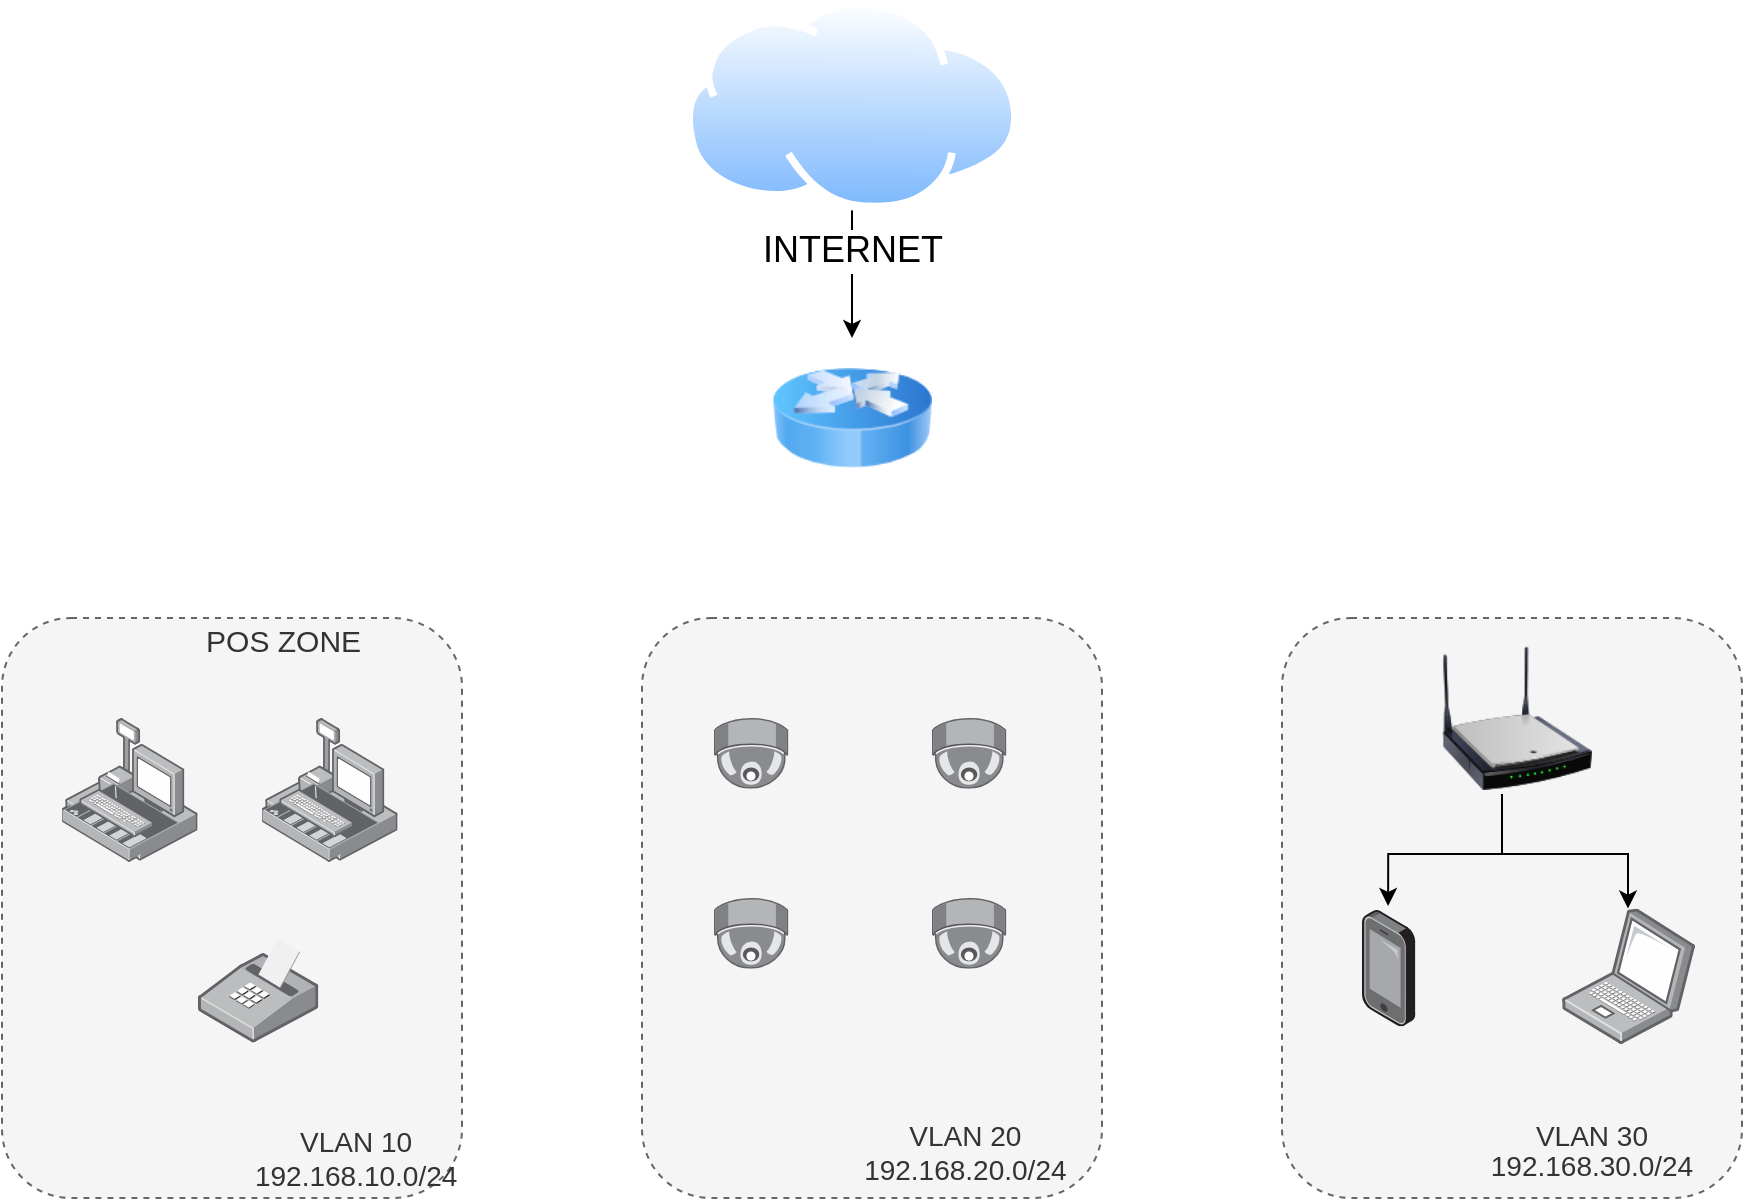
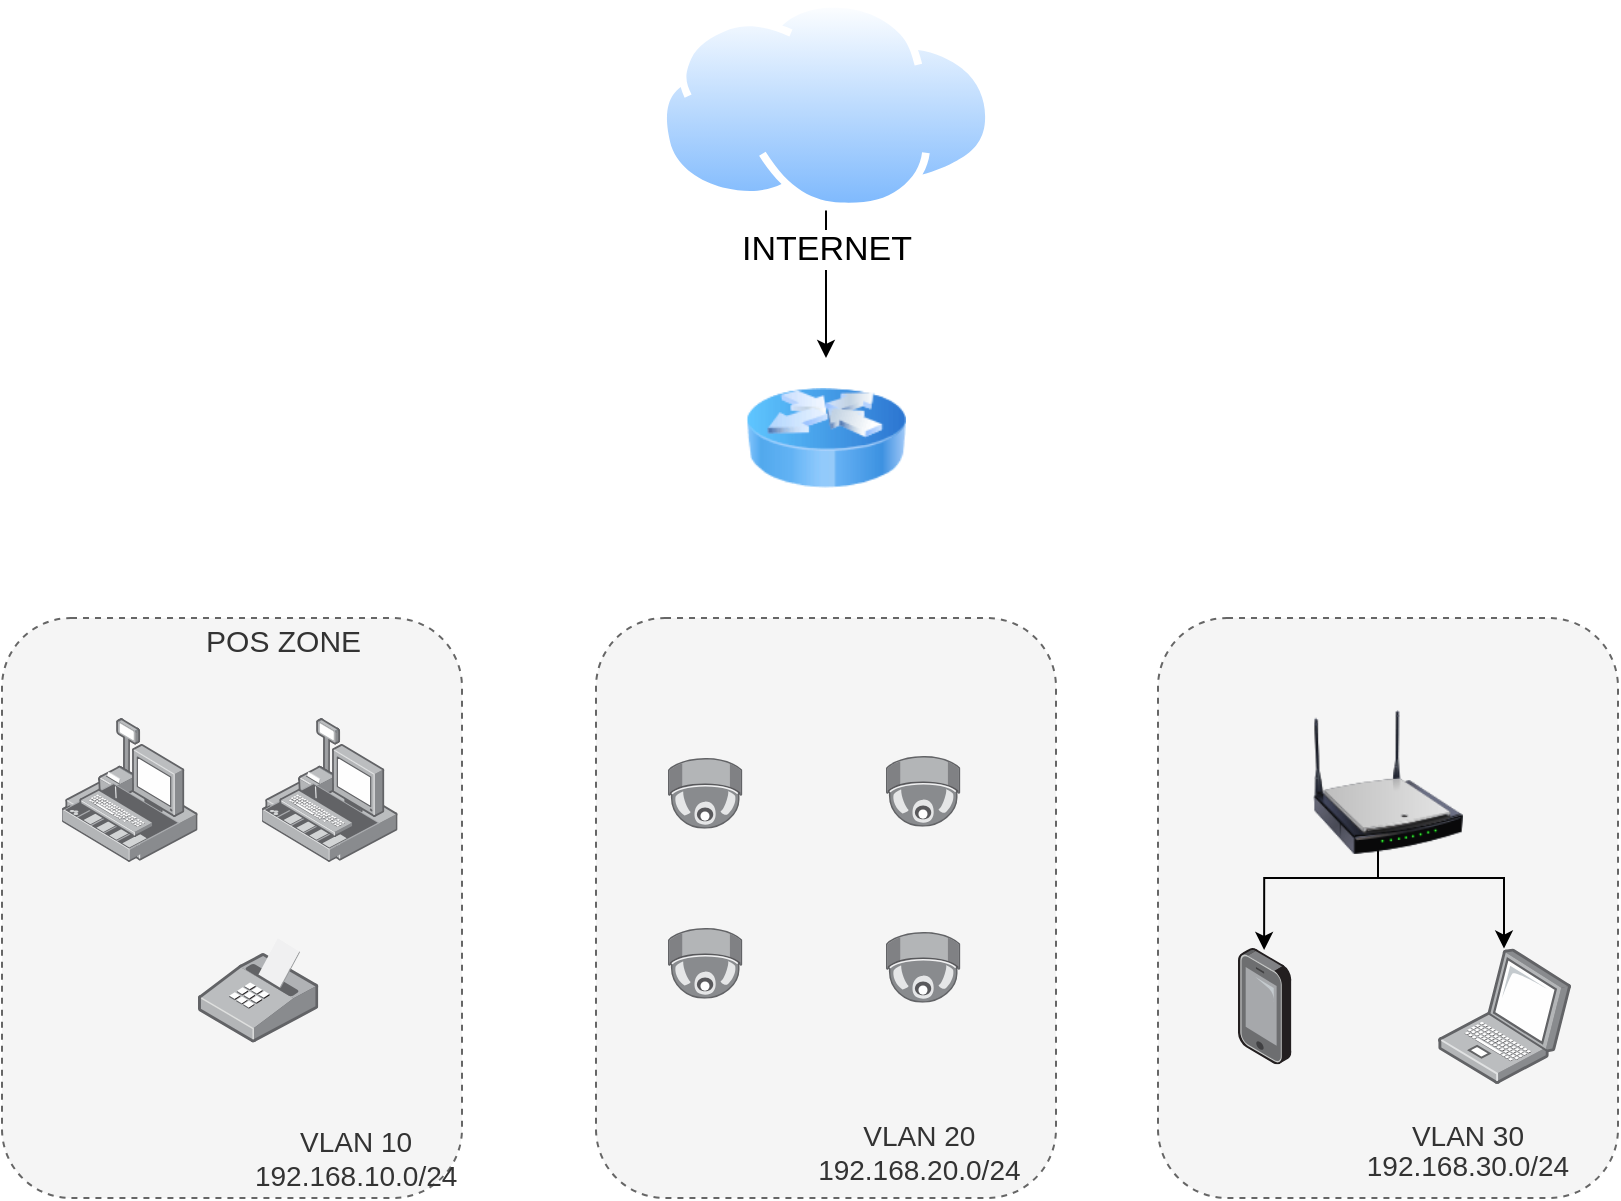
<mxfile host="app.diagrams.net">
  <diagram name="Trang-1" id="-QvKHvVX4tWdF-sznae-">
    <mxGraphModel dx="1012" dy="601" grid="1" gridSize="10" guides="1" tooltips="1" connect="1" arrows="1" fold="1" page="1" pageScale="1" pageWidth="827" pageHeight="1169" math="0" shadow="0">
      <root>
        <mxCell id="0" />
        <mxCell id="1" parent="0" />
        <mxCell id="tlgCcKQl9_W-pkazaHYF-1" parent="1" style="rounded=1;whiteSpace=wrap;html=1;dashed=1;fillColor=#f5f5f5;strokeColor=#666666;fontColor=#333333;align=left;" value="&lt;div&gt;&lt;font style=&quot;font-size: 15px;&quot;&gt;&lt;span style=&quot;white-space: pre;&quot;&gt;&#x9;&lt;/span&gt;&lt;span style=&quot;white-space: pre;&quot;&gt;&#x9;&lt;/span&gt;&lt;span style=&quot;white-space: pre;&quot;&gt;&#x9;&lt;/span&gt;POS ZONE&lt;br&gt;&lt;/font&gt;&lt;/div&gt;&lt;div&gt;&lt;font style=&quot;font-size: 14px;&quot;&gt;&lt;br&gt;&lt;/font&gt;&lt;/div&gt;&lt;div&gt;&lt;font style=&quot;font-size: 14px;&quot;&gt;&lt;br&gt;&lt;/font&gt;&lt;/div&gt;&lt;div style=&quot;text-align: center;&quot;&gt;&lt;font style=&quot;font-size: 14px;&quot;&gt;&lt;br&gt;&lt;/font&gt;&lt;/div&gt;&lt;div style=&quot;text-align: center;&quot;&gt;&lt;font style=&quot;font-size: 14px;&quot;&gt;&lt;br&gt;&lt;/font&gt;&lt;/div&gt;&lt;div style=&quot;text-align: center;&quot;&gt;&lt;font style=&quot;font-size: 14px;&quot;&gt;&lt;br&gt;&lt;/font&gt;&lt;/div&gt;&lt;div style=&quot;text-align: center;&quot;&gt;&lt;font style=&quot;font-size: 14px;&quot;&gt;&lt;br&gt;&lt;/font&gt;&lt;/div&gt;&lt;div style=&quot;text-align: center;&quot;&gt;&lt;font style=&quot;font-size: 14px;&quot;&gt;&lt;br&gt;&lt;/font&gt;&lt;/div&gt;&lt;div style=&quot;text-align: center;&quot;&gt;&lt;br&gt;&lt;/div&gt;&lt;div style=&quot;text-align: center;&quot;&gt;&lt;font style=&quot;font-size: 14px;&quot;&gt;&lt;br&gt;&lt;/font&gt;&lt;/div&gt;&lt;div style=&quot;text-align: center;&quot;&gt;&lt;font style=&quot;font-size: 14px;&quot;&gt;&lt;br&gt;&lt;/font&gt;&lt;/div&gt;&lt;div&gt;&lt;div style=&quot;text-align: center;&quot;&gt;&lt;span style=&quot;font-size: 14px; background-color: transparent; color: light-dark(rgb(51, 51, 51), rgb(193, 193, 193));&quot;&gt;&amp;nbsp; &amp;nbsp; &amp;nbsp; &amp;nbsp; &amp;nbsp; &amp;nbsp; &amp;nbsp; &amp;nbsp; &amp;nbsp; &amp;nbsp; &amp;nbsp; &amp;nbsp; &amp;nbsp; &amp;nbsp; &amp;nbsp; &amp;nbsp;&amp;nbsp;&lt;/span&gt;&lt;/div&gt;&lt;div style=&quot;text-align: center;&quot;&gt;&lt;span style=&quot;font-size: 14px; background-color: transparent; color: light-dark(rgb(51, 51, 51), rgb(193, 193, 193));&quot;&gt;&lt;br&gt;&lt;/span&gt;&lt;/div&gt;&lt;div style=&quot;text-align: center;&quot;&gt;&lt;span style=&quot;font-size: 14px; background-color: transparent; color: light-dark(rgb(51, 51, 51), rgb(193, 193, 193));&quot;&gt;&lt;br&gt;&lt;/span&gt;&lt;/div&gt;&lt;div style=&quot;text-align: center;&quot;&gt;&lt;span style=&quot;font-size: 14px; background-color: transparent; color: light-dark(rgb(51, 51, 51), rgb(193, 193, 193));&quot;&gt;&lt;br&gt;&lt;/span&gt;&lt;/div&gt;&lt;div style=&quot;text-align: center;&quot;&gt;&lt;span style=&quot;font-size: 14px; background-color: transparent; color: light-dark(rgb(51, 51, 51), rgb(193, 193, 193));&quot;&gt;&lt;span style=&quot;white-space: pre;&quot;&gt;&#x9;&lt;/span&gt;&lt;span style=&quot;white-space: pre;&quot;&gt;&#x9;&lt;/span&gt;&lt;span style=&quot;white-space: pre;&quot;&gt;&#x9;&lt;/span&gt;&lt;span style=&quot;white-space: pre;&quot;&gt;&#x9;&lt;/span&gt;VLAN 10&lt;/span&gt;&lt;/div&gt;&lt;div style=&quot;text-align: center;&quot;&gt;&lt;font style=&quot;font-size: 14px;&quot;&gt;&lt;span style=&quot;white-space: pre;&quot;&gt;&#x9;&lt;/span&gt;&lt;span style=&quot;white-space: pre;&quot;&gt;&#x9;&lt;/span&gt;&lt;span style=&quot;white-space: pre;&quot;&gt;&#x9;&lt;/span&gt;&lt;span style=&quot;white-space: pre;&quot;&gt;&#x9;&lt;/span&gt;192.168.10.0/24&lt;/font&gt;&lt;/div&gt;&lt;/div&gt;" vertex="1">
-           <mxGeometry height="290" width="230" x="20" y="310" as="geometry" />
+           <mxGeometry height="290" width="230" x="10" y="310" as="geometry" />
        </mxCell>
-         <mxCell id="tlgCcKQl9_W-pkazaHYF-5" edge="1" parent="1" source="6glJgjmVUURO1JKE-K0C-2" style="edgeStyle=orthogonalEdgeStyle;rounded=0;orthogonalLoop=1;jettySize=auto;html=1;" target="tlgCcKQl9_W-pkazaHYF-2" value="">
-           <mxGeometry relative="1" as="geometry" />
+         <mxCell id="tlgCcKQl9_W-pkazaHYF-5" edge="1" parent="1" source="6glJgjmVUURO1JKE-K0C-2" style="edgeStyle=orthogonalEdgeStyle;rounded=0;orthogonalLoop=1;jettySize=auto;html=1;" value="">
+           <mxGeometry relative="1" as="geometry">
+             <mxPoint x="422.0050000000001" y="180" as="targetPoint" />
+           </mxGeometry>
        </mxCell>
-         <mxCell id="6glJgjmVUURO1JKE-K0C-2" parent="1" style="image;aspect=fixed;perimeter=ellipsePerimeter;html=1;align=center;shadow=0;dashed=0;spacingTop=3;image=img/lib/active_directory/internet_cloud.svg;" value="&lt;font style=&quot;font-size: 18px;&quot;&gt;INTERNET&lt;/font&gt;" vertex="1">
-           <mxGeometry height="105.2" width="166.99" x="361.51" y="1" as="geometry" />
+         <mxCell id="6glJgjmVUURO1JKE-K0C-2" parent="1" style="image;aspect=fixed;perimeter=ellipsePerimeter;html=1;align=center;shadow=0;dashed=0;spacingTop=3;image=img/lib/active_directory/internet_cloud.svg;" value="&lt;font style=&quot;font-size: 17px;&quot;&gt;INTERNET&lt;/font&gt;" vertex="1">
+           <mxGeometry height="105.2" width="166.99" x="338.51" y="1" as="geometry" />
        </mxCell>
        <mxCell id="tlgCcKQl9_W-pkazaHYF-2" parent="1" style="image;html=1;image=img/lib/clip_art/networking/Router_Icon_128x128.png;labelBackgroundColor=#f8cecc;labelBorderColor=#b85450;" value="" vertex="1">
-           <mxGeometry height="80" width="80" x="405" y="170" as="geometry" />
+           <mxGeometry height="80" width="80" x="382" y="180" as="geometry" />
        </mxCell>
        <mxCell id="tlgCcKQl9_W-pkazaHYF-6" parent="1" style="rounded=1;whiteSpace=wrap;html=1;dashed=1;fillColor=#f5f5f5;strokeColor=#666666;fontColor=#333333;" value="&lt;div&gt;&lt;br&gt;&lt;/div&gt;&lt;div&gt;&lt;br&gt;&lt;/div&gt;&lt;div&gt;&lt;br&gt;&lt;/div&gt;&lt;div&gt;&lt;br&gt;&lt;/div&gt;&lt;div&gt;&lt;br&gt;&lt;/div&gt;&lt;div&gt;&lt;br&gt;&lt;/div&gt;&lt;div&gt;&lt;br&gt;&lt;/div&gt;&lt;div&gt;&lt;br&gt;&lt;/div&gt;&lt;div&gt;&lt;br&gt;&lt;/div&gt;&lt;div&gt;&lt;br&gt;&lt;/div&gt;&lt;div&gt;&lt;br&gt;&lt;/div&gt;&lt;div&gt;&lt;br&gt;&lt;/div&gt;&lt;div&gt;&lt;br&gt;&lt;/div&gt;&lt;div&gt;&lt;br&gt;&lt;/div&gt;&lt;div&gt;&lt;br&gt;&lt;/div&gt;&lt;div&gt;&lt;br&gt;&lt;/div&gt;&lt;div&gt;&lt;br&gt;&lt;/div&gt;&lt;div&gt;&lt;span style=&quot;font-size: 14px; background-color: transparent; color: light-dark(rgb(51, 51, 51), rgb(193, 193, 193));&quot;&gt;&lt;span style=&quot;white-space: pre;&quot;&gt;&#x9;&lt;/span&gt;&lt;span style=&quot;white-space: pre;&quot;&gt;&#x9;&lt;/span&gt;&lt;span style=&quot;white-space: pre;&quot;&gt;&#x9;&lt;/span&gt;VLAN 20&lt;/span&gt;&lt;/div&gt;&lt;div&gt;&lt;/div&gt;&lt;div&gt;&lt;font style=&quot;font-size: 14px;&quot;&gt;&lt;span style=&quot;white-space: pre;&quot;&gt;&#x9;&lt;/span&gt;&lt;span style=&quot;white-space: pre;&quot;&gt;&#x9;&lt;/span&gt;&lt;span style=&quot;white-space: pre;&quot;&gt;&#x9;&lt;/span&gt;192.168.20.0/24&lt;/font&gt;&lt;/div&gt;" vertex="1">
-           <mxGeometry height="290" width="230" x="340" y="310" as="geometry" />
+           <mxGeometry height="290" width="230" x="307" y="310" as="geometry" />
        </mxCell>
        <mxCell id="tlgCcKQl9_W-pkazaHYF-7" parent="1" style="rounded=1;whiteSpace=wrap;html=1;dashed=1;fillColor=#f5f5f5;strokeColor=#666666;fontColor=#333333;" value="&lt;blockquote style=&quot;margin: 0px 0px 0px 40px; border-width: medium; border-style: none; border-color: currentcolor; border-image: initial; padding: 0px; line-height: 110%;&quot;&gt;&lt;blockquote style=&quot;margin: 0px 0px 0px 40px; border-width: medium; border-style: none; border-color: currentcolor; border-image: initial; padding: 0px;&quot;&gt;&lt;font style=&quot;font-size: 14px;&quot;&gt;&lt;br&gt;&lt;/font&gt;&lt;/blockquote&gt;&lt;blockquote style=&quot;margin: 0px 0px 0px 40px; border-width: medium; border-style: none; border-color: currentcolor; border-image: initial; padding: 0px;&quot;&gt;&lt;font style=&quot;font-size: 14px;&quot;&gt;&lt;br&gt;&lt;/font&gt;&lt;/blockquote&gt;&lt;blockquote style=&quot;margin: 0px 0px 0px 40px; border-width: medium; border-style: none; border-color: currentcolor; border-image: initial; padding: 0px;&quot;&gt;&lt;font style=&quot;font-size: 14px;&quot;&gt;&lt;br&gt;&lt;/font&gt;&lt;/blockquote&gt;&lt;blockquote style=&quot;margin: 0px 0px 0px 40px; border-width: medium; border-style: none; border-color: currentcolor; border-image: initial; padding: 0px;&quot;&gt;&lt;font style=&quot;font-size: 14px;&quot;&gt;&lt;br&gt;&lt;/font&gt;&lt;/blockquote&gt;&lt;blockquote style=&quot;margin: 0px 0px 0px 40px; border-width: medium; border-style: none; border-color: currentcolor; border-image: initial; padding: 0px;&quot;&gt;&lt;font style=&quot;font-size: 14px;&quot;&gt;&lt;br&gt;&lt;/font&gt;&lt;/blockquote&gt;&lt;blockquote style=&quot;margin: 0px 0px 0px 40px; border-width: medium; border-style: none; border-color: currentcolor; border-image: initial; padding: 0px;&quot;&gt;&lt;font style=&quot;font-size: 14px;&quot;&gt;&lt;br&gt;&lt;/font&gt;&lt;/blockquote&gt;&lt;blockquote style=&quot;margin: 0px 0px 0px 40px; border-width: medium; border-style: none; border-color: currentcolor; border-image: initial; padding: 0px;&quot;&gt;&lt;font style=&quot;font-size: 14px;&quot;&gt;&lt;br&gt;&lt;/font&gt;&lt;/blockquote&gt;&lt;blockquote style=&quot;margin: 0px 0px 0px 40px; border-width: medium; border-style: none; border-color: currentcolor; border-image: initial; padding: 0px;&quot;&gt;&lt;font style=&quot;font-size: 14px;&quot;&gt;&lt;br&gt;&lt;/font&gt;&lt;/blockquote&gt;&lt;blockquote style=&quot;margin: 0px 0px 0px 40px; border-width: medium; border-style: none; border-color: currentcolor; border-image: initial; padding: 0px;&quot;&gt;&lt;font style=&quot;font-size: 14px;&quot;&gt;&lt;br&gt;&lt;/font&gt;&lt;/blockquote&gt;&lt;blockquote style=&quot;margin: 0px 0px 0px 40px; border-width: medium; border-style: none; border-color: currentcolor; border-image: initial; padding: 0px;&quot;&gt;&lt;font style=&quot;font-size: 14px;&quot;&gt;&lt;br&gt;&lt;/font&gt;&lt;/blockquote&gt;&lt;blockquote style=&quot;margin: 0px 0px 0px 40px; border-width: medium; border-style: none; border-color: currentcolor; border-image: initial; padding: 0px;&quot;&gt;&lt;font style=&quot;font-size: 14px;&quot;&gt;&lt;br&gt;&lt;/font&gt;&lt;/blockquote&gt;&lt;blockquote style=&quot;margin: 0px 0px 0px 40px; border-width: medium; border-style: none; border-color: currentcolor; border-image: initial; padding: 0px;&quot;&gt;&lt;font style=&quot;font-size: 14px;&quot;&gt;&lt;br&gt;&lt;/font&gt;&lt;/blockquote&gt;&lt;blockquote style=&quot;margin: 0px 0px 0px 40px; border-width: medium; border-style: none; border-color: currentcolor; border-image: initial; padding: 0px;&quot;&gt;&lt;font style=&quot;font-size: 14px;&quot;&gt;&lt;br&gt;&lt;/font&gt;&lt;/blockquote&gt;&lt;blockquote style=&quot;margin: 0px 0px 0px 40px; border-width: medium; border-style: none; border-color: currentcolor; border-image: initial; padding: 0px;&quot;&gt;&lt;font style=&quot;font-size: 14px;&quot;&gt;&lt;br&gt;&lt;/font&gt;&lt;/blockquote&gt;&lt;blockquote style=&quot;margin: 0px 0px 0px 40px; border-width: medium; border-style: none; border-color: currentcolor; border-image: initial; padding: 0px;&quot;&gt;&lt;span style=&quot;font-size: 14px; background-color: transparent; color: light-dark(rgb(51, 51, 51), rgb(193, 193, 193));&quot;&gt;&lt;br&gt;&lt;/span&gt;&lt;/blockquote&gt;&lt;blockquote style=&quot;margin: 0px 0px 0px 40px; border-width: medium; border-style: none; border-color: currentcolor; border-image: initial; padding: 0px;&quot;&gt;&lt;span style=&quot;font-size: 14px; background-color: transparent; color: light-dark(rgb(51, 51, 51), rgb(193, 193, 193)); line-height: 110%;&quot;&gt;&lt;br&gt;&lt;/span&gt;&lt;/blockquote&gt;&lt;blockquote style=&quot;margin: 0px 0px 0px 40px; border-width: medium; border-style: none; border-color: currentcolor; border-image: initial; padding: 0px;&quot;&gt;&lt;span style=&quot;font-size: 14px; background-color: transparent; color: light-dark(rgb(51, 51, 51), rgb(193, 193, 193)); line-height: 110%;&quot;&gt;&lt;br&gt;&lt;/span&gt;&lt;/blockquote&gt;&lt;blockquote style=&quot;margin: 0px 0px 0px 40px; border-width: medium; border-style: none; border-color: currentcolor; border-image: initial; padding: 0px;&quot;&gt;&lt;span style=&quot;font-size: 14px; background-color: transparent; color: light-dark(rgb(51, 51, 51), rgb(193, 193, 193)); line-height: 110%;&quot;&gt;VLAN 30&lt;/span&gt;&lt;/blockquote&gt;&lt;blockquote style=&quot;margin: 0px 0px 0px 40px; border-width: medium; border-style: none; border-color: currentcolor; border-image: initial; padding: 0px;&quot;&gt;&lt;div&gt;&lt;font style=&quot;font-size: 14px; line-height: 110%;&quot;&gt;192.168.30.0/24&lt;/font&gt;&lt;/div&gt;&lt;/blockquote&gt;&lt;/blockquote&gt;" vertex="1">
-           <mxGeometry height="290" width="230" x="660" y="310" as="geometry" />
+           <mxGeometry height="290" width="230" x="588" y="310" as="geometry" />
        </mxCell>
        <mxCell id="tlgCcKQl9_W-pkazaHYF-8" parent="1" style="image;points=[];aspect=fixed;html=1;align=center;shadow=0;dashed=0;image=img/lib/allied_telesis/security/POS.svg;" value="" vertex="1">
-           <mxGeometry height="72" width="67.8" x="50" y="360" as="geometry" />
+           <mxGeometry height="72" width="67.8" x="40" y="360" as="geometry" />
        </mxCell>
        <mxCell id="tlgCcKQl9_W-pkazaHYF-9" parent="1" style="image;points=[];aspect=fixed;html=1;align=center;shadow=0;dashed=0;image=img/lib/allied_telesis/security/POS.svg;" value="" vertex="1">
-           <mxGeometry height="72" width="67.8" x="150" y="360" as="geometry" />
+           <mxGeometry height="72" width="67.8" x="140" y="360" as="geometry" />
        </mxCell>
        <mxCell id="tlgCcKQl9_W-pkazaHYF-10" parent="1" style="image;points=[];aspect=fixed;html=1;align=center;shadow=0;dashed=0;image=img/lib/allied_telesis/computer_and_terminals/POS_Printer.svg;direction=east;" value="" vertex="1">
-           <mxGeometry height="52.4" width="60.16" x="118" y="470" as="geometry" />
+           <mxGeometry height="52.4" width="60.16" x="108" y="470" as="geometry" />
        </mxCell>
        <mxCell id="tlgCcKQl9_W-pkazaHYF-11" parent="1" style="image;points=[];aspect=fixed;html=1;align=center;shadow=0;dashed=0;image=img/lib/allied_telesis/security/Surveillance_Camera_Ceiling.svg;" value="" vertex="1">
-           <mxGeometry height="35.4" width="37.2" x="376" y="360" as="geometry" />
+           <mxGeometry height="35.4" width="37.2" x="343" y="380" as="geometry" />
        </mxCell>
        <mxCell id="tlgCcKQl9_W-pkazaHYF-12" parent="1" style="image;points=[];aspect=fixed;html=1;align=center;shadow=0;dashed=0;image=img/lib/allied_telesis/security/Surveillance_Camera_Ceiling.svg;" value="" vertex="1">
-           <mxGeometry height="35.4" width="37.2" x="376" y="450" as="geometry" />
+           <mxGeometry height="35.4" width="37.2" x="343" y="465" as="geometry" />
        </mxCell>
        <mxCell id="tlgCcKQl9_W-pkazaHYF-14" parent="1" style="image;points=[];aspect=fixed;html=1;align=center;shadow=0;dashed=0;image=img/lib/allied_telesis/security/Surveillance_Camera_Ceiling.svg;" value="" vertex="1">
-           <mxGeometry height="35.4" width="37.2" x="485" y="360" as="geometry" />
+           <mxGeometry height="35.4" width="37.2" x="452" y="379" as="geometry" />
        </mxCell>
        <mxCell id="tlgCcKQl9_W-pkazaHYF-16" parent="1" style="image;points=[];aspect=fixed;html=1;align=center;shadow=0;dashed=0;image=img/lib/allied_telesis/security/Surveillance_Camera_Ceiling.svg;" value="" vertex="1">
-           <mxGeometry height="35.4" width="37.2" x="485" y="450" as="geometry" />
+           <mxGeometry height="35.4" width="37.2" x="452" y="467" as="geometry" />
        </mxCell>
        <mxCell id="tlgCcKQl9_W-pkazaHYF-20" edge="1" parent="1" source="tlgCcKQl9_W-pkazaHYF-17" style="edgeStyle=orthogonalEdgeStyle;rounded=0;orthogonalLoop=1;jettySize=auto;html=1;" target="tlgCcKQl9_W-pkazaHYF-19" value="">
          <mxGeometry relative="1" as="geometry">
            <Array as="points">
-               <mxPoint x="770" y="428" />
-               <mxPoint x="833" y="428" />
+               <mxPoint x="698" y="440" />
+               <mxPoint x="761" y="440" />
            </Array>
          </mxGeometry>
        </mxCell>
        <mxCell id="tlgCcKQl9_W-pkazaHYF-22" edge="1" parent="1" style="edgeStyle=orthogonalEdgeStyle;rounded=0;orthogonalLoop=1;jettySize=auto;html=1;" value="">
          <mxGeometry relative="1" as="geometry">
            <Array as="points">
-               <mxPoint x="770" y="428" />
-               <mxPoint x="713" y="428" />
+               <mxPoint x="698" y="440" />
+               <mxPoint x="641" y="440" />
            </Array>
-             <mxPoint x="770" y="398" as="sourcePoint" />
-             <mxPoint x="713.0588235294117" y="454" as="targetPoint" />
+             <mxPoint x="698" y="399" as="sourcePoint" />
+             <mxPoint x="641.0588235294117" y="476" as="targetPoint" />
          </mxGeometry>
        </mxCell>
        <mxCell id="tlgCcKQl9_W-pkazaHYF-17" parent="1" style="image;html=1;image=img/lib/clip_art/networking/Wireless_Router_N_128x128.png" value="" vertex="1">
-           <mxGeometry height="80" width="75" x="740" y="320" as="geometry" />
+           <mxGeometry height="80" width="75" x="665.5" y="352" as="geometry" />
        </mxCell>
        <mxCell id="tlgCcKQl9_W-pkazaHYF-18" parent="1" style="image;points=[];aspect=fixed;html=1;align=center;shadow=0;dashed=0;image=img/lib/allied_telesis/computer_and_terminals/Smartphone.svg;" value="" vertex="1">
-           <mxGeometry height="58.2" width="26.68" x="700" y="456" as="geometry" />
+           <mxGeometry height="58.2" width="26.68" x="628" y="475" as="geometry" />
        </mxCell>
        <mxCell id="tlgCcKQl9_W-pkazaHYF-19" parent="1" style="image;points=[];aspect=fixed;html=1;align=center;shadow=0;dashed=0;image=img/lib/allied_telesis/computer_and_terminals/Laptop.svg;" value="" vertex="1">
-           <mxGeometry height="67.6" width="66.65" x="800" y="455.3" as="geometry" />
+           <mxGeometry height="67.6" width="66.65" x="728" y="475.3" as="geometry" />
        </mxCell>
      </root>
    </mxGraphModel>
  </diagram>
</mxfile>
